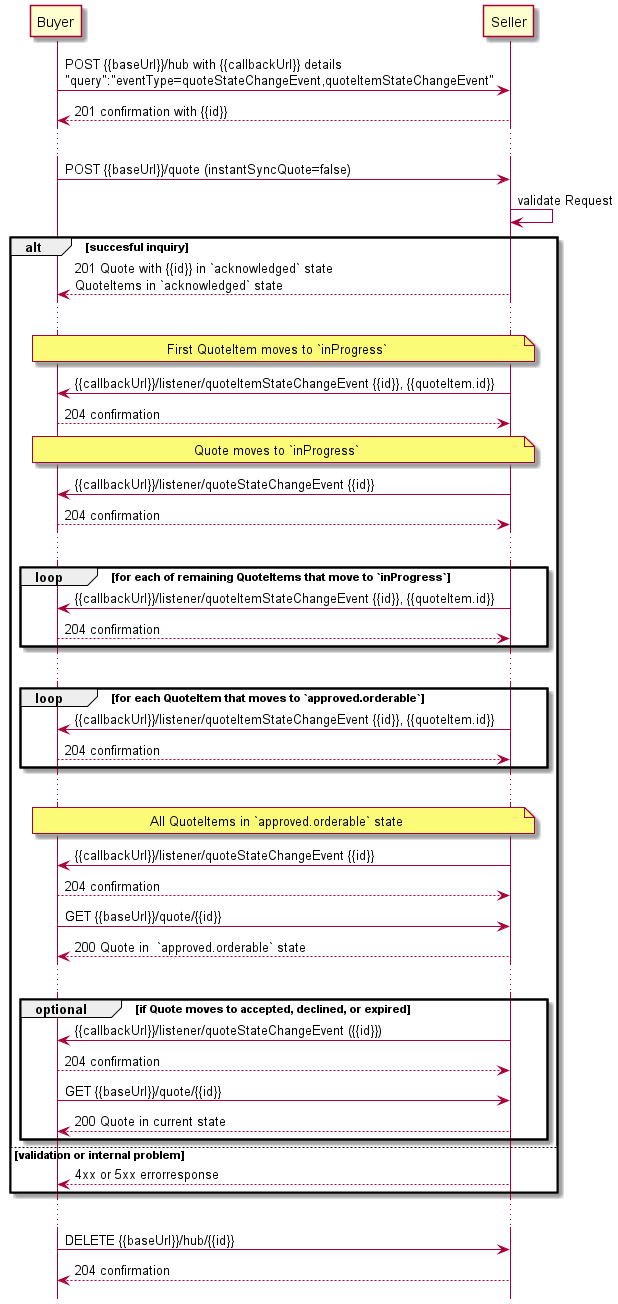
Before: documentation/productApi/quote/media/useCase1bNotificationWithItems.png, a diagram exported from PlantUML (MEF-GIT/MEF-LSO-Sonata-SDK).
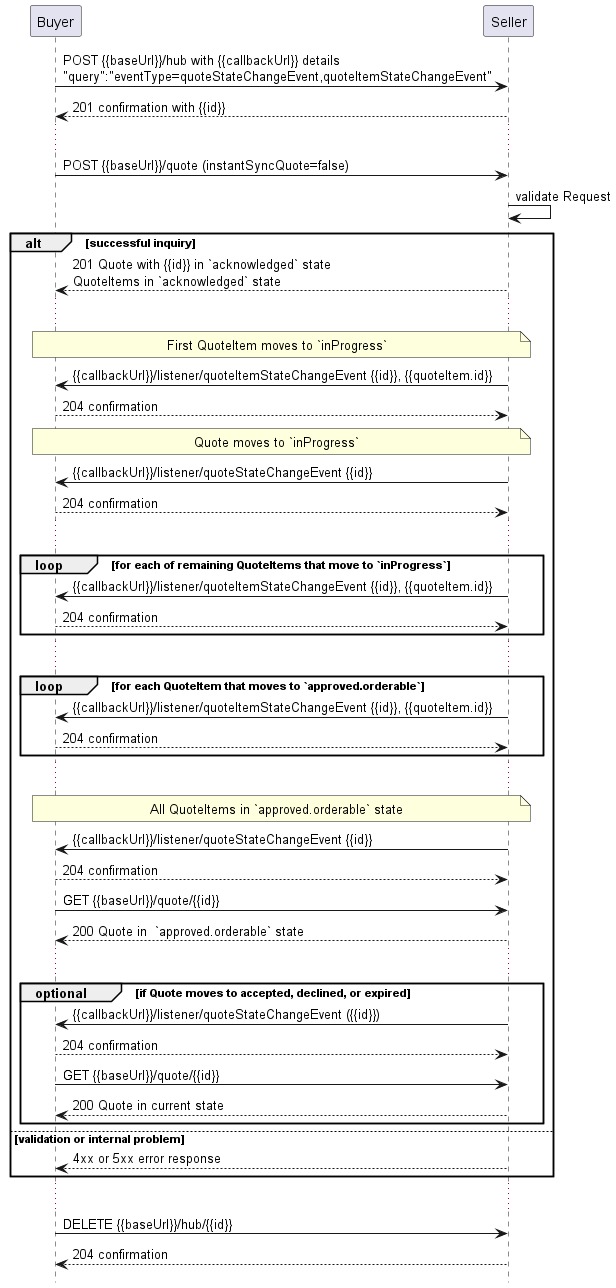
After the commit.

Change to the diagram source:
```diff
@@ -11,7 +11,7 @@
 Buyer -> Seller : POST {{baseUrl}}/quote (instantSyncQuote=false)
 Seller -> Seller : validate Request
 
-alt succesful inquiry
+alt successful inquiry
   Seller --> Buyer : 201 Quote with {{id}} in `acknowledged` state \nQuoteItems in `acknowledged` state
 
   ...
@@ -57,7 +57,7 @@
 
 
 else validation or internal problem
-  Seller --> Buyer : 4xx or 5xx errorresponse
+  Seller --> Buyer : 4xx or 5xx error response
 end
 
 
```
